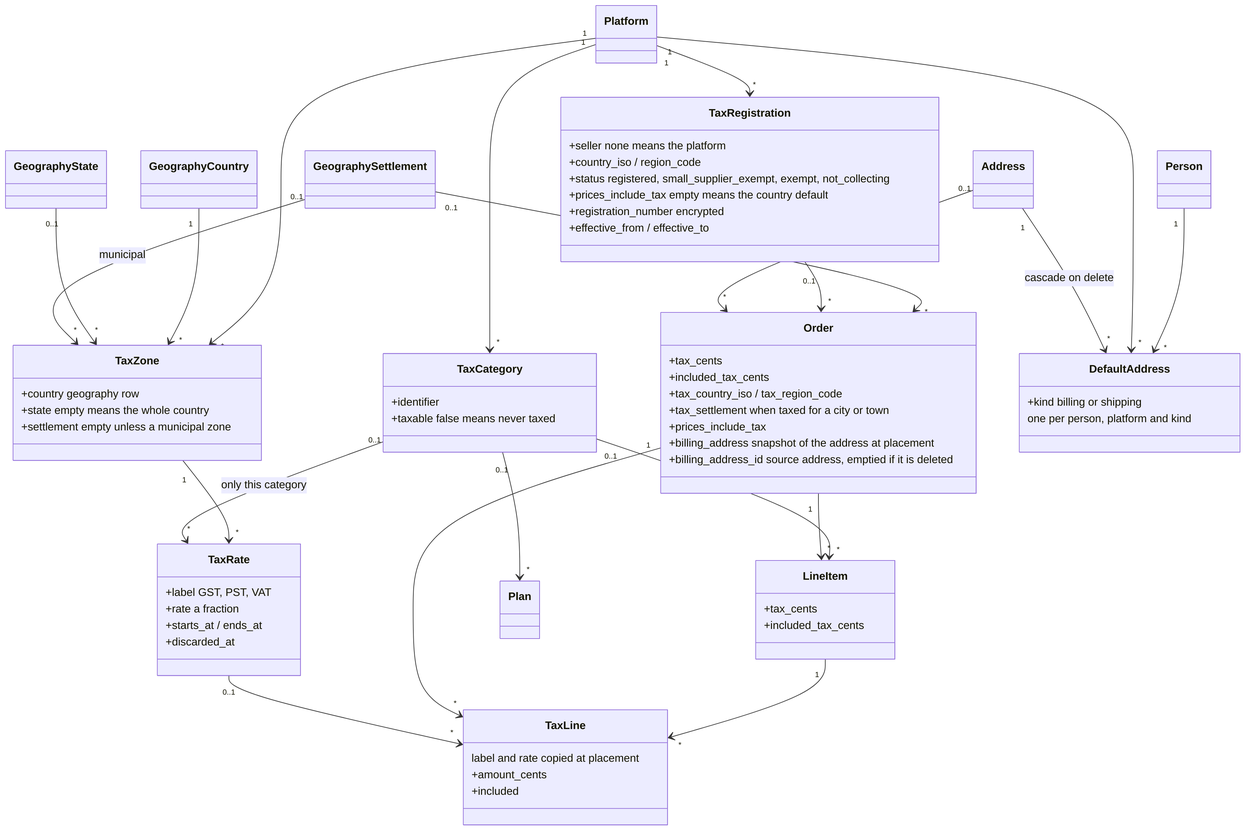
Earlier version of the Mermaid export docs/diagrams/exports/png/billing_tax_model.png (better-together-org/community-engine-rails). Its source is kept beside it as docs/diagrams/source/billing_tax_model.mmd.
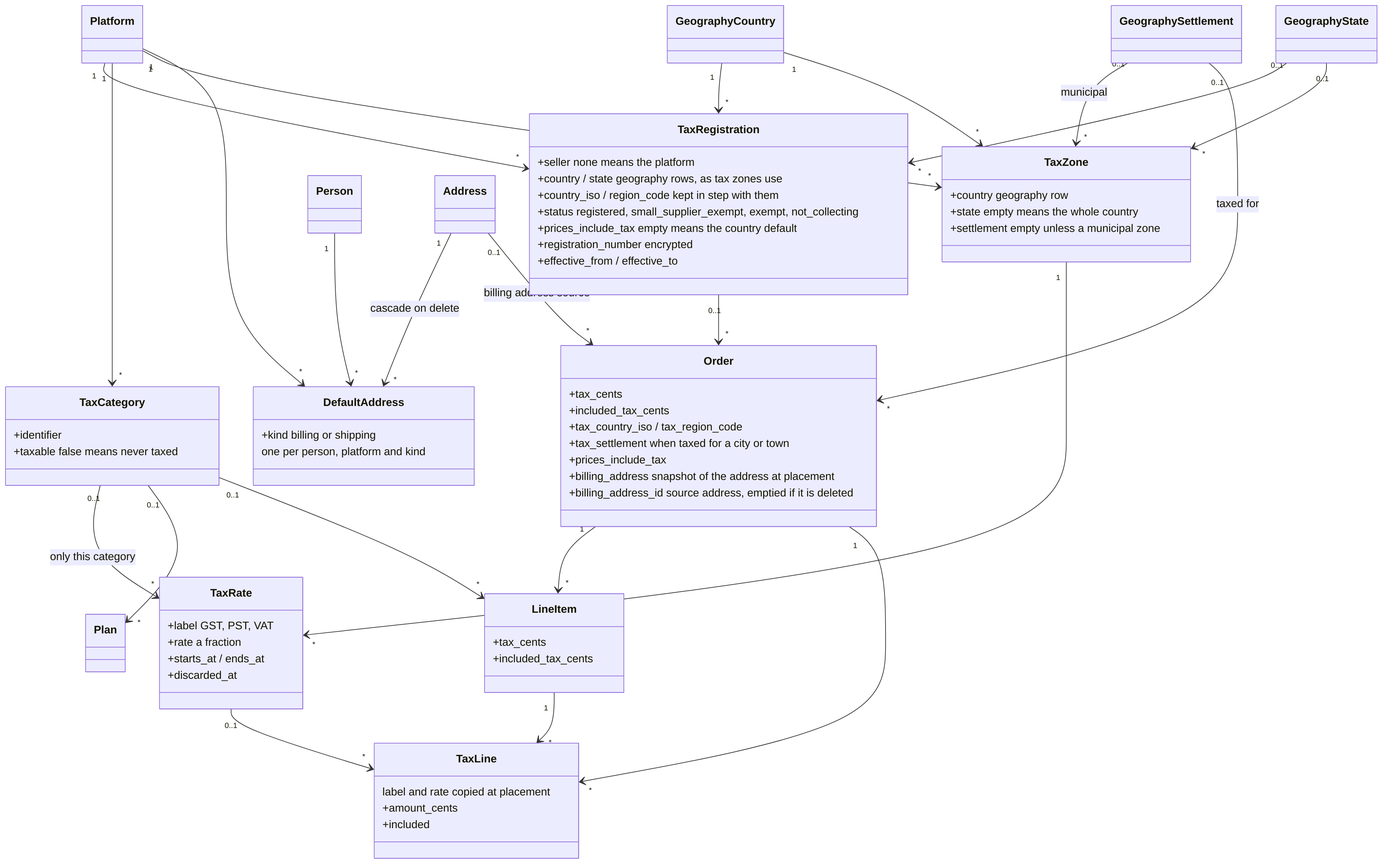
After the commit.

Change to the diagram source:
```diff
@@ -1,7 +1,8 @@
 classDiagram
   class TaxRegistration {
     +seller  none means the platform
-    +country_iso / region_code
+    +country / state  geography rows, as tax zones use
+    +country_iso / region_code  kept in step with them
     +status registered, small_supplier_exempt, exempt, not_collecting
     +prices_include_tax  empty means the country default
     +registration_number  encrypted
@@ -47,6 +48,8 @@
   Platform "1" --> "*" TaxRegistration
   Platform "1" --> "*" TaxCategory
   Platform "1" --> "*" TaxZone
+  GeographyCountry "1" --> "*" TaxRegistration
+  GeographyState "0..1" --> "*" TaxRegistration
   GeographyCountry "1" --> "*" TaxZone
   GeographyState "0..1" --> "*" TaxZone
   GeographySettlement "0..1" --> "*" TaxZone : municipal
```
